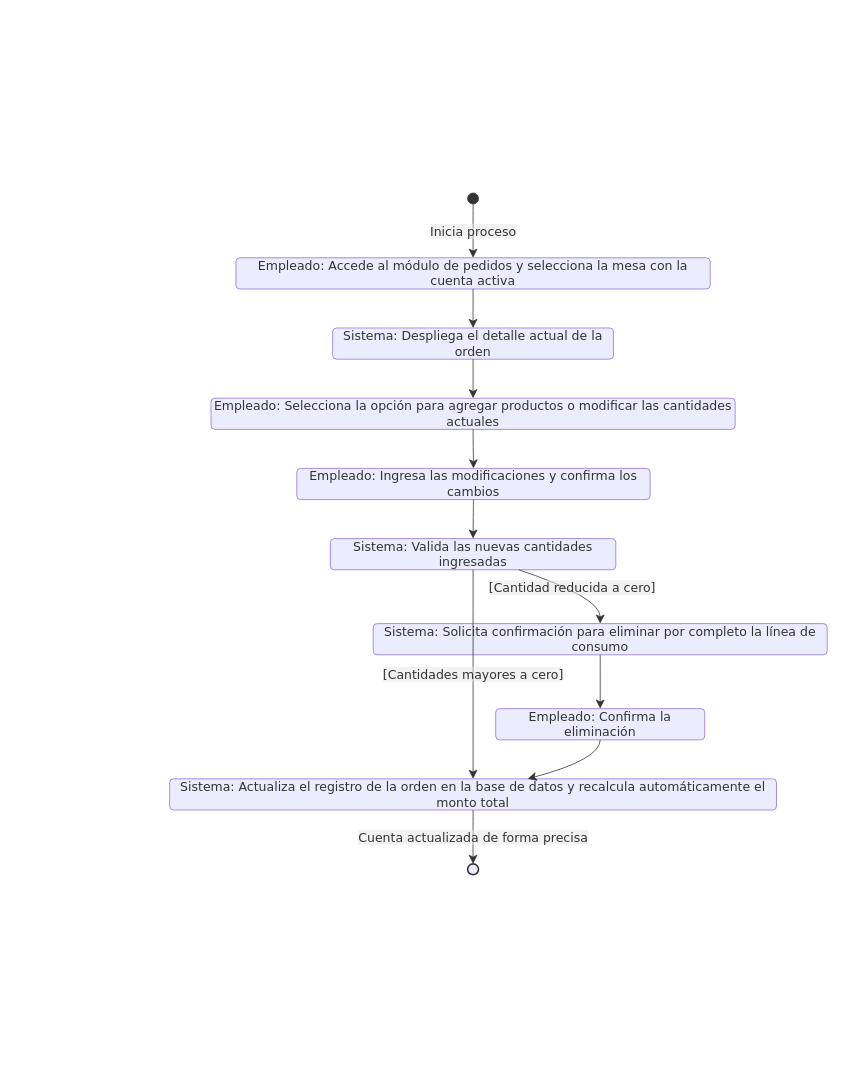
Before: page "RF07" (7 of 14) of documentacion/Diagramas/Diagramas Casos de Uso.drawio in CanelaFeliz/ProyectoPPI115, a draw.io diagram. Source tidied: cells renumbered, new cells numbered last; positions are measured from the earlier drawing's top-left corner, leaving out a move shared by most shapes. Both pictures are drawn from the tidied source at 78%, with x=0, y=0 at pixel (13, 13).
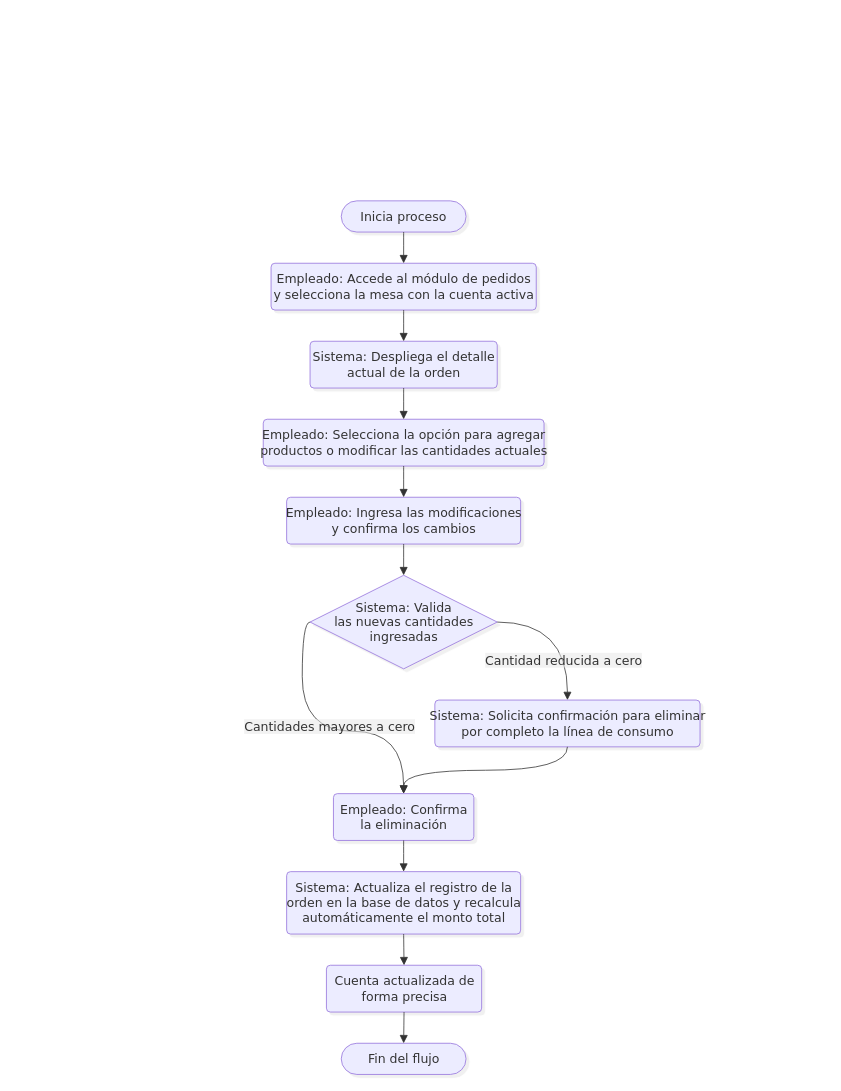
After the change.

Unchanged cells that the change refers to:
```xml
<mxCell id="2" style="group;transparentBounds=1;editIcon=1;lockedGroup=0;groupPadding=10;" parent="1" vertex="1">
  <mxGeometry as="geometry" />
</mxCell>
```

Change to the diagram source:
```diff
@@
-    <mxCell id="3" style="ellipse;html=1;fillColor=light-dark(#333333,#cccccc);strokeColor=light-dark(#333333,#cccccc);fontColor=light-dark(#333333,#cccccc);fontFamily=Trebuchet MS,Verdana,Arial,sans-serif;fontSize=16;" parent="2" vertex="1">
-      <mxGeometry x="582" y="230" width="14" height="14" as="geometry" />
-    </mxCell>
+    <mxCell id="13" value="Inicia proceso" style="html=1;rounded=1;whiteSpace=wrap;arcSize=50;strokeWidth=1;fillColor=light-dark(#ECECFF,#1f2020);strokeColor=light-dark(#9370DB,#cccccc);fontColor=light-dark(#333333,#cccccc);fontFamily=Trebuchet MS,Verdana,Arial,sans-serif;fontSize=16;shadow=1;shadowColor=#000000;shadowOffsetX=4;shadowOffsetY=4;shadowBlur=0;shadowOpacity=6;" parent="2" vertex="1">
+      <mxGeometry x="420" y="240" width="160" height="40" as="geometry" />
+    </mxCell>
-    <mxCell id="4" value="Empleado: Accede al módulo de pedidos y selecciona la mesa con la cuenta activa" style="rounded=1;absoluteArcSize=1;arcSize=10;html=1;whiteSpace=wrap;strokeWidth=1;fillColor=light-dark(#ECECFF,#1f2020);strokeColor=light-dark(#9370DB,#cccccc);fontColor=light-dark(#333333,#cccccc);fontFamily=Trebuchet MS,Verdana,Arial,sans-serif;fontSize=16;" parent="2" vertex="1">
-      <mxGeometry x="285" y="313" width="608" height="40" as="geometry" />
+    <mxCell id="4" value="Empleado: Accede al módulo de pedidos&lt;br&gt;y selecciona la mesa con la cuenta activa" style="rounded=1;absoluteArcSize=1;arcSize=10;html=1;strokeWidth=1;fillColor=light-dark(#ECECFF,#1f2020);strokeColor=light-dark(#9370DB,#cccccc);fontColor=light-dark(#333333,#cccccc);fontFamily=Trebuchet MS,Verdana,Arial,sans-serif;fontSize=16;shadow=1;shadowColor=#000000;shadowOffsetX=4;shadowOffsetY=4;shadowBlur=0;shadowOpacity=6;labelWidth=120;" parent="2" vertex="1">
+      <mxGeometry x="330" y="320" width="340" height="60" as="geometry" />
     </mxCell>
-    <mxCell id="5" value="Sistema: Despliega el detalle actual de la orden" style="rounded=1;absoluteArcSize=1;arcSize=10;html=1;whiteSpace=wrap;strokeWidth=1;fillColor=light-dark(#ECECFF,#1f2020);strokeColor=light-dark(#9370DB,#cccccc);fontColor=light-dark(#333333,#cccccc);fontFamily=Trebuchet MS,Verdana,Arial,sans-serif;fontSize=16;" parent="2" vertex="1">
-      <mxGeometry x="409" y="403" width="360" height="40" as="geometry" />
+    <mxCell id="5" value="Sistema: Despliega el detalle&lt;br&gt;actual de la orden" style="rounded=1;absoluteArcSize=1;arcSize=10;html=1;strokeWidth=1;fillColor=light-dark(#ECECFF,#1f2020);strokeColor=light-dark(#9370DB,#cccccc);fontColor=light-dark(#333333,#cccccc);fontFamily=Trebuchet MS,Verdana,Arial,sans-serif;fontSize=16;shadow=1;shadowColor=#000000;shadowOffsetX=4;shadowOffsetY=4;shadowBlur=0;shadowOpacity=6;labelWidth=120;" parent="2" vertex="1">
+      <mxGeometry x="380" y="420" width="240" height="60" as="geometry" />
     </mxCell>
-    <mxCell id="6" value="Empleado: Selecciona la opción para agregar productos o modificar las cantidades actuales" style="rounded=1;absoluteArcSize=1;arcSize=10;html=1;whiteSpace=wrap;strokeWidth=1;fillColor=light-dark(#ECECFF,#1f2020);strokeColor=light-dark(#9370DB,#cccccc);fontColor=light-dark(#333333,#cccccc);fontFamily=Trebuchet MS,Verdana,Arial,sans-serif;fontSize=16;" parent="2" vertex="1">
-      <mxGeometry x="253" y="493" width="672" height="40" as="geometry" />
+    <mxCell id="6" value="Empleado: Selecciona la opción para agregar&lt;br&gt;productos o modificar las cantidades actuales" style="rounded=1;absoluteArcSize=1;arcSize=10;html=1;strokeWidth=1;fillColor=light-dark(#ECECFF,#1f2020);strokeColor=light-dark(#9370DB,#cccccc);fontColor=light-dark(#333333,#cccccc);fontFamily=Trebuchet MS,Verdana,Arial,sans-serif;fontSize=16;shadow=1;shadowColor=#000000;shadowOffsetX=4;shadowOffsetY=4;shadowBlur=0;shadowOpacity=6;labelWidth=120;" parent="2" vertex="1">
+      <mxGeometry x="320" y="520" width="360" height="60" as="geometry" />
     </mxCell>
-    <mxCell id="7" value="Empleado: Ingresa las modificaciones y confirma los cambios" style="rounded=1;absoluteArcSize=1;arcSize=10;html=1;whiteSpace=wrap;strokeWidth=1;fillColor=light-dark(#ECECFF,#1f2020);strokeColor=light-dark(#9370DB,#cccccc);fontColor=light-dark(#333333,#cccccc);fontFamily=Trebuchet MS,Verdana,Arial,sans-serif;fontSize=16;" parent="2" vertex="1">
-      <mxGeometry x="363" y="583" width="453" height="40" as="geometry" />
+    <mxCell id="7" value="Empleado: Ingresa las modificaciones&lt;br&gt;y confirma los cambios" style="rounded=1;absoluteArcSize=1;arcSize=10;html=1;strokeWidth=1;fillColor=light-dark(#ECECFF,#1f2020);strokeColor=light-dark(#9370DB,#cccccc);fontColor=light-dark(#333333,#cccccc);fontFamily=Trebuchet MS,Verdana,Arial,sans-serif;fontSize=16;shadow=1;shadowColor=#000000;shadowOffsetX=4;shadowOffsetY=4;shadowBlur=0;shadowOpacity=6;labelWidth=120;" parent="2" vertex="1">
+      <mxGeometry x="350" y="620" width="300" height="60" as="geometry" />
     </mxCell>
-    <mxCell id="8" value="Sistema: Valida las nuevas cantidades ingresadas" style="rounded=1;absoluteArcSize=1;arcSize=10;html=1;whiteSpace=wrap;strokeWidth=1;fillColor=light-dark(#ECECFF,#1f2020);strokeColor=light-dark(#9370DB,#cccccc);fontColor=light-dark(#333333,#cccccc);fontFamily=Trebuchet MS,Verdana,Arial,sans-serif;fontSize=16;" parent="2" vertex="1">
-      <mxGeometry x="406" y="673" width="366" height="40" as="geometry" />
+    <mxCell id="8" value="Sistema: Valida&lt;br&gt;las nuevas cantidades&lt;br&gt;ingresadas" style="rhombus;html=1;strokeWidth=1;fillColor=light-dark(#ECECFF,#1f2020);strokeColor=light-dark(#9370DB,#cccccc);fontColor=light-dark(#333333,#cccccc);fontFamily=Trebuchet MS,Verdana,Arial,sans-serif;fontSize=16;shadow=1;shadowColor=#000000;shadowOffsetX=4;shadowOffsetY=4;shadowBlur=0;shadowOpacity=6;labelWidth=120;" parent="2" vertex="1">
+      <mxGeometry x="380" y="720" width="240" height="120" as="geometry" />
     </mxCell>
-    <mxCell id="9" value="Sistema: Solicita confirmación para eliminar por completo la línea de consumo" style="rounded=1;absoluteArcSize=1;arcSize=10;html=1;whiteSpace=wrap;strokeWidth=1;fillColor=light-dark(#ECECFF,#1f2020);strokeColor=light-dark(#9370DB,#cccccc);fontColor=light-dark(#333333,#cccccc);fontFamily=Trebuchet MS,Verdana,Arial,sans-serif;fontSize=16;" parent="2" vertex="1">
-      <mxGeometry x="461" y="782" width="582" height="40" as="geometry" />
+    <mxCell id="9" value="Sistema: Solicita confirmación para eliminar&lt;br&gt;por completo la línea de consumo" style="rounded=1;absoluteArcSize=1;arcSize=10;html=1;strokeWidth=1;fillColor=light-dark(#ECECFF,#1f2020);strokeColor=light-dark(#9370DB,#cccccc);fontColor=light-dark(#333333,#cccccc);fontFamily=Trebuchet MS,Verdana,Arial,sans-serif;fontSize=16;shadow=1;shadowColor=#000000;shadowOffsetX=4;shadowOffsetY=4;shadowBlur=0;shadowOpacity=6;labelWidth=120;" parent="2" vertex="1">
+      <mxGeometry x="540" y="880" width="340" height="60" as="geometry" />
     </mxCell>
-    <mxCell id="10" value="Empleado: Confirma la eliminación" style="rounded=1;absoluteArcSize=1;arcSize=10;html=1;whiteSpace=wrap;strokeWidth=1;fillColor=light-dark(#ECECFF,#1f2020);strokeColor=light-dark(#9370DB,#cccccc);fontColor=light-dark(#333333,#cccccc);fontFamily=Trebuchet MS,Verdana,Arial,sans-serif;fontSize=16;" parent="2" vertex="1">
-      <mxGeometry x="618" y="891" width="268" height="40" as="geometry" />
+    <mxCell id="10" value="Empleado: Confirma&lt;br&gt;la eliminación" style="rounded=1;absoluteArcSize=1;arcSize=10;html=1;strokeWidth=1;fillColor=light-dark(#ECECFF,#1f2020);strokeColor=light-dark(#9370DB,#cccccc);fontColor=light-dark(#333333,#cccccc);fontFamily=Trebuchet MS,Verdana,Arial,sans-serif;fontSize=16;shadow=1;shadowColor=#000000;shadowOffsetX=4;shadowOffsetY=4;shadowBlur=0;shadowOpacity=6;labelWidth=120;" parent="2" vertex="1">
+      <mxGeometry x="410" y="1000" width="180" height="60" as="geometry" />
     </mxCell>
-    <mxCell id="11" value="Sistema: Actualiza el registro de la orden en la base de datos y recalcula automáticamente el monto total" style="rounded=1;absoluteArcSize=1;arcSize=10;html=1;whiteSpace=wrap;strokeWidth=1;fillColor=light-dark(#ECECFF,#1f2020);strokeColor=light-dark(#9370DB,#cccccc);fontColor=light-dark(#333333,#cccccc);fontFamily=Trebuchet MS,Verdana,Arial,sans-serif;fontSize=16;" parent="2" vertex="1">
-      <mxGeometry x="200" y="981" width="778" height="40" as="geometry" />
+    <mxCell id="11" value="Sistema: Actualiza el registro de la&lt;br&gt;orden en la base de datos y recalcula&lt;br&gt;automáticamente el monto total" style="rounded=1;absoluteArcSize=1;arcSize=10;html=1;strokeWidth=1;fillColor=light-dark(#ECECFF,#1f2020);strokeColor=light-dark(#9370DB,#cccccc);fontColor=light-dark(#333333,#cccccc);fontFamily=Trebuchet MS,Verdana,Arial,sans-serif;fontSize=16;shadow=1;shadowColor=#000000;shadowOffsetX=4;shadowOffsetY=4;shadowBlur=0;shadowOpacity=6;labelWidth=120;" parent="2" vertex="1">
+      <mxGeometry x="350" y="1100" width="300" height="80" as="geometry" />
     </mxCell>
-    <mxCell id="12" style="ellipse;html=1;fillColor=light-dark(#ECECFF,#1f2020);strokeColor=light-dark(#333333,#cccccc);strokeWidth=2;centerRadius=4;centerColor=light-dark(#9370DB,#cccccc);fontColor=light-dark(#333333,#cccccc);fontFamily=Trebuchet MS,Verdana,Arial,sans-serif;fontSize=16;" parent="2" vertex="1">
-      <mxGeometry x="582" y="1090" width="14" height="14" as="geometry" />
-    </mxCell>
-    <mxCell id="13" value="Inicia proceso" style="curved=1;startArrow=none;endArrow=classic;endSize=9;fillColor=none;strokeColor=light-dark(#333333,#cccccc);html=1;fontSize=16;labelBackgroundColor=#E8E8E88D;fontFamily=Trebuchet MS,Verdana,Arial,sans-serif;fontColor=light-dark(#333333,#cccccc);exitX=0.5;exitY=1;entryX=0.5;entryY=0;rounded=0;" parent="2" edge="1" source="3" target="4">
-      <mxGeometry relative="1" as="geometry" />
-    </mxCell>
+    <mxCell id="22" value="Cuenta actualizada de&lt;br&gt;forma precisa" style="rounded=1;absoluteArcSize=1;arcSize=10;html=1;strokeWidth=1;fillColor=light-dark(#ECECFF,#1f2020);strokeColor=light-dark(#9370DB,#cccccc);fontColor=light-dark(#333333,#cccccc);fontFamily=Trebuchet MS,Verdana,Arial,sans-serif;fontSize=16;shadow=1;shadowColor=#000000;shadowOffsetX=4;shadowOffsetY=4;shadowBlur=0;shadowOpacity=6;labelWidth=120;" parent="2" vertex="1">
+      <mxGeometry x="401" y="1220" width="199" height="60" as="geometry" />
+    </mxCell>
+    <mxCell id="23" value="Fin del flujo" style="html=1;rounded=1;arcSize=50;strokeWidth=1;fillColor=light-dark(#ECECFF,#1f2020);strokeColor=light-dark(#9370DB,#cccccc);fontColor=light-dark(#333333,#cccccc);fontFamily=Trebuchet MS,Verdana,Arial,sans-serif;fontSize=16;shadow=1;shadowColor=#000000;shadowOffsetX=4;shadowOffsetY=4;shadowBlur=0;shadowOpacity=6;" parent="2" vertex="1">
+      <mxGeometry x="420" y="1320" width="160" height="40" as="geometry" />
+    </mxCell>
+    <mxCell id="24" style="curved=1;startArrow=none;endArrow=block;endSize=8;strokeColor=light-dark(#333333,#cccccc);exitX=0.5;exitY=1;entryX=0.5;entryY=0;targetPerimeterSpacing=4;rounded=0;" parent="2" edge="1" source="13" target="4">
+      <mxGeometry relative="1" as="geometry" />
+    </mxCell>
-    <mxCell id="14" style="curved=1;startArrow=none;endArrow=classic;endSize=9;fillColor=none;strokeColor=light-dark(#333333,#cccccc);exitX=0.5;exitY=1;entryX=0.5;entryY=0;rounded=0;" parent="2" edge="1" source="4" target="5">
+    <mxCell id="14" style="curved=1;startArrow=none;endArrow=block;endSize=8;strokeColor=light-dark(#333333,#cccccc);exitX=0.5;exitY=0.99;entryX=0.5;entryY=0;targetPerimeterSpacing=4;rounded=0;" parent="2" edge="1" source="4" target="5">
       <mxGeometry relative="1" as="geometry" />
     </mxCell>
-    <mxCell id="15" style="curved=1;startArrow=none;endArrow=classic;endSize=9;fillColor=none;strokeColor=light-dark(#333333,#cccccc);exitX=0.5;exitY=1;entryX=0.5;entryY=0;rounded=0;" parent="2" edge="1" source="5" target="6">
+    <mxCell id="15" style="curved=1;startArrow=none;endArrow=block;endSize=8;strokeColor=light-dark(#333333,#cccccc);exitX=0.5;exitY=1;entryX=0.5;entryY=0;targetPerimeterSpacing=4;rounded=0;" parent="2" edge="1" source="5" target="6">
       <mxGeometry relative="1" as="geometry" />
     </mxCell>
-    <mxCell id="16" style="curved=1;startArrow=none;endArrow=classic;endSize=9;fillColor=none;strokeColor=light-dark(#333333,#cccccc);exitX=0.5;exitY=1;entryX=0.5;entryY=0;rounded=0;" parent="2" edge="1" source="6" target="7">
+    <mxCell id="16" style="curved=1;startArrow=none;endArrow=block;endSize=8;strokeColor=light-dark(#333333,#cccccc);exitX=0.5;exitY=1;entryX=0.5;entryY=0;targetPerimeterSpacing=4;rounded=0;" parent="2" edge="1" source="6" target="7">
       <mxGeometry relative="1" as="geometry" />
     </mxCell>
-    <mxCell id="17" style="curved=1;startArrow=none;endArrow=classic;endSize=9;fillColor=none;strokeColor=light-dark(#333333,#cccccc);exitX=0.5;exitY=1;entryX=0.5;entryY=0;rounded=0;" parent="2" edge="1" source="7" target="8">
+    <mxCell id="17" style="curved=1;startArrow=none;endArrow=block;endSize=8;strokeColor=light-dark(#333333,#cccccc);exitX=0.5;exitY=1;entryX=0.5;entryY=0;targetPerimeterSpacing=4;rounded=0;" parent="2" edge="1" source="7" target="8">
       <mxGeometry relative="1" as="geometry" />
     </mxCell>
-    <mxCell id="18" value="[Cantidades mayores a cero]" style="curved=1;startArrow=none;endArrow=classic;endSize=9;fillColor=none;strokeColor=light-dark(#333333,#cccccc);html=1;fontSize=16;labelBackgroundColor=#E8E8E88D;fontFamily=Trebuchet MS,Verdana,Arial,sans-serif;fontColor=light-dark(#333333,#cccccc);exitX=0.5;exitY=1;entryX=0.5;entryY=0;rounded=0;" parent="2" edge="1" source="8" target="11">
-      <mxGeometry relative="1" as="geometry" />
-    </mxCell>
-    <mxCell id="19" value="[Cantidad reducida a cero]" style="curved=1;startArrow=none;endArrow=classic;endSize=9;fillColor=none;strokeColor=light-dark(#333333,#cccccc);html=1;fontSize=16;labelBackgroundColor=#E8E8E88D;fontFamily=Trebuchet MS,Verdana,Arial,sans-serif;fontColor=light-dark(#333333,#cccccc);exitX=0.66;exitY=1;entryX=0.5;entryY=0;rounded=0;" parent="2" edge="1" source="8" target="9">
-      <mxGeometry relative="1" as="geometry">
-        <Array as="points">
-          <mxPoint x="752" y="748" />
-        </Array>
-      </mxGeometry>
+    <mxCell id="19" value="Cantidad reducida a cero" style="curved=1;startArrow=none;endArrow=block;endSize=8;strokeColor=light-dark(#333333,#cccccc);html=1;fontSize=16;labelBackgroundColor=light-dark(#E8E8E88D,#2a2a2a8D);fontFamily=Trebuchet MS,Verdana,Arial,sans-serif;fontColor=light-dark(#333333,#cccccc);entryX=0.5;entryY=0;targetPerimeterSpacing=4;rounded=0;edgeStyle=orthogonalEdgeStyle;curveGeometry=1;exitX=1;exitY=0.5;exitDx=0;exitDy=0;" parent="2" edge="1" source="8" target="9">
+      <mxGeometry x="0.46" y="-5" relative="1" as="geometry" />
     </mxCell>
+    <mxCell id="25" value="Cantidades mayores a cero" style="curved=1;startArrow=none;endArrow=block;endSize=8;strokeColor=light-dark(#333333,#cccccc);html=1;fontSize=16;labelBackgroundColor=light-dark(#E8E8E88D,#2a2a2a8D);fontFamily=Trebuchet MS,Verdana,Arial,sans-serif;fontColor=light-dark(#333333,#cccccc);exitX=0;exitY=0.5;entryX=0.5;entryY=0;targetPerimeterSpacing=4;rounded=0;exitDx=0;exitDy=0;entryDx=0;entryDy=0;edgeStyle=orthogonalEdgeStyle;curveGeometry=1;" parent="2" edge="1" source="8" target="10">
+      <mxGeometry x="0.03" y="6" relative="1" as="geometry" />
+    </mxCell>
+    <mxCell id="21" style="curved=1;startArrow=none;endArrow=block;endSize=8;strokeColor=light-dark(#333333,#cccccc);exitX=0.5;exitY=0.99;entryX=0.5;entryY=0;targetPerimeterSpacing=4;rounded=0;" parent="2" edge="1" source="10" target="11">
+      <mxGeometry relative="1" as="geometry" />
+    </mxCell>
-    <mxCell id="20" style="curved=1;startArrow=none;endArrow=classic;endSize=9;fillColor=none;strokeColor=light-dark(#333333,#cccccc);exitX=0.5;exitY=1;entryX=0.5;entryY=0;rounded=0;" parent="2" edge="1" source="9" target="10">
+    <mxCell id="20" style="curved=1;startArrow=none;endArrow=block;endSize=8;strokeColor=light-dark(#333333,#cccccc);exitX=0.5;exitY=1;entryX=0.5;entryY=0;targetPerimeterSpacing=4;rounded=0;entryDx=0;entryDy=0;edgeStyle=orthogonalEdgeStyle;curveGeometry=1;" parent="2" edge="1" source="9" target="10">
       <mxGeometry relative="1" as="geometry" />
     </mxCell>
-    <mxCell id="21" style="curved=1;startArrow=none;endArrow=classic;endSize=9;fillColor=none;strokeColor=light-dark(#333333,#cccccc);exitX=0.5;exitY=1;entryX=0.59;entryY=0;rounded=0;" parent="2" edge="1" source="10" target="11">
-      <mxGeometry relative="1" as="geometry">
-        <Array as="points">
-          <mxPoint x="752" y="956" />
-        </Array>
-      </mxGeometry>
-    </mxCell>
-    <mxCell id="22" value="Cuenta actualizada de forma precisa" style="curved=1;startArrow=none;endArrow=classic;endSize=9;fillColor=none;strokeColor=light-dark(#333333,#cccccc);html=1;fontSize=16;labelBackgroundColor=#E8E8E88D;fontFamily=Trebuchet MS,Verdana,Arial,sans-serif;fontColor=light-dark(#333333,#cccccc);exitX=0.5;exitY=1;entryX=0.5;entryY=0;rounded=0;" parent="2" edge="1" source="11" target="12">
-      <mxGeometry relative="1" as="geometry" />
-    </mxCell>
+    <mxCell id="26" style="curved=1;startArrow=none;endArrow=block;endSize=8;strokeColor=light-dark(#333333,#cccccc);exitX=0.5;exitY=1;entryX=0.5;entryY=0;targetPerimeterSpacing=4;rounded=0;" parent="2" edge="1" source="11" target="22">
+      <mxGeometry relative="1" as="geometry" />
+    </mxCell>
+    <mxCell id="27" style="curved=1;startArrow=none;endArrow=block;endSize=8;strokeColor=light-dark(#333333,#cccccc);exitX=0.5;exitY=0.99;entryX=0.5;entryY=0;targetPerimeterSpacing=4;rounded=0;" parent="2" edge="1" source="22" target="23">
+      <mxGeometry relative="1" as="geometry" />
+    </mxCell>
```
